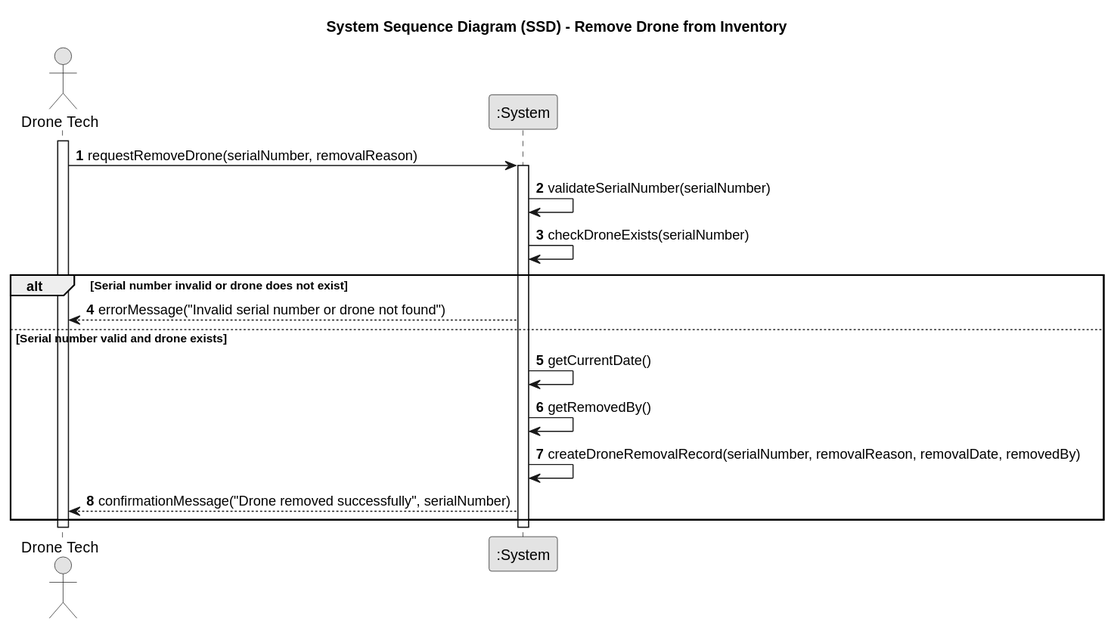
The PlantUML diagram docs/planning/sprint2/EAPLI/US242 - Remove drone from the inventory/01.requirements-engineering/svg/us242-system-sequence-diagram-System_Sequence_Diagram__SSD____Drone_Model_Creation.svg in SAEmanuel/Shodrone_ISEP, before a commit.
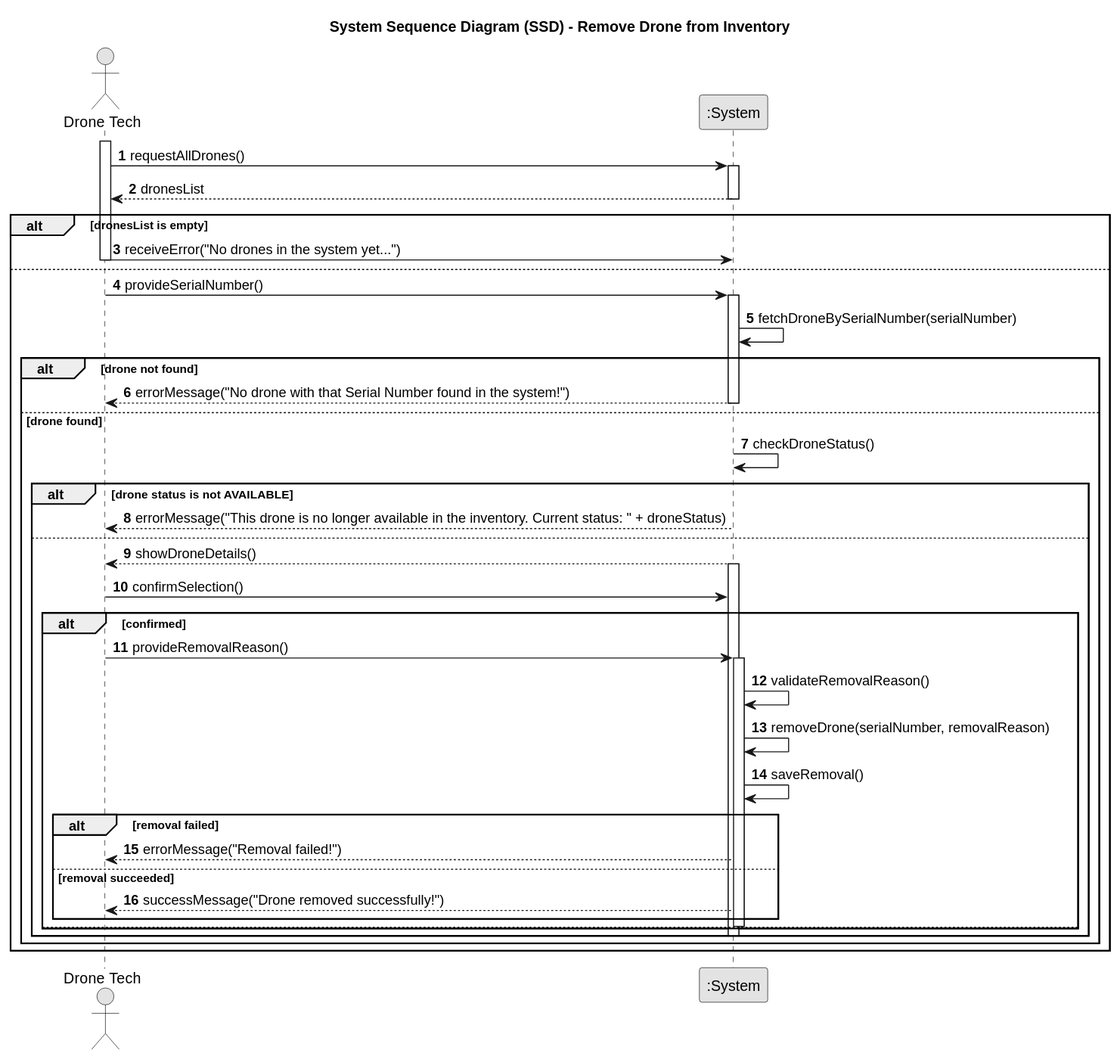
Above is the later version.

Commit message:
[US242 - Design - Issue #1/#110#123] Design final version.

Change to the diagram source:
```diff
@@ -12,20 +12,51 @@
 
 activate DT
 
-DT -> System: requestRemoveDrone(serialNumber, removalReason)
+DT -> System: requestAllDrones()
 activate System
+System --> DT: dronesList
+deactivate System
 
-System -> System: validateSerialNumber(serialNumber)
-System -> System: checkDroneExists(serialNumber)
-alt Serial number invalid or drone does not exist
-    System --> DT: errorMessage("Invalid serial number or drone not found")
-else Serial number valid and drone exists
-    System -> System: getCurrentDate()
-    System -> System: getRemovedBy()
-    System -> System: createDroneRemovalRecord(serialNumber, removalReason, removalDate, removedBy)
-    System --> DT: confirmationMessage("Drone removed successfully", serialNumber)
+alt dronesList is empty
+    DT -> System: receiveError("No drones in the system yet...")
+    deactivate System
+    deactivate DT
+else
+    DT -> System: provideSerialNumber()
+    activate System
+    System -> System: fetchDroneBySerialNumber(serialNumber)
+    alt drone not found
+        System --> DT: errorMessage("No drone with that Serial Number found in the system!")
+        deactivate System
+    else drone found
+        System -> System: checkDroneStatus()
+        alt drone status is not AVAILABLE
+            System --> DT: errorMessage("This drone is no longer available in the inventory. Current status: " + droneStatus)
+            deactivate System
+        else
+            System --> DT: showDroneDetails()
+            activate System
+            DT -> System: confirmSelection()
+            alt confirmed
+                DT -> System: provideRemovalReason()
+                activate System
+                System -> System: validateRemovalReason()
+                System -> System: removeDrone(serialNumber, removalReason)
+                System -> System: saveRemoval()
+                alt removal failed
+                    System --> DT: errorMessage("Removal failed!")
+                else removal succeeded
+                    System --> DT: successMessage("Drone removed successfully!")
+                end
+                deactivate System
+            else
+                note right : loops back to provideSerialNumber
+            end
+            deactivate System
+        end
+    end
+    deactivate System
 end
 
-deactivate System
 deactivate DT
 @enduml
```
